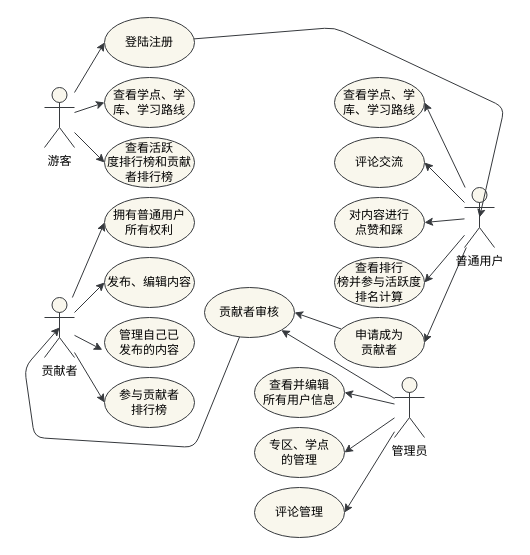
Above: page "第 2 页" (2 of 12) of a.dio in z-juln/it-community (draw.io), before the change. Source tidied: cells renumbered, new cells numbered last; positions are measured from the earlier drawing's top-left corner, leaving out a move shared by most shapes. Both pictures are drawn from the tidied source at 100%, with x=0, y=0 at pixel (24, 17).
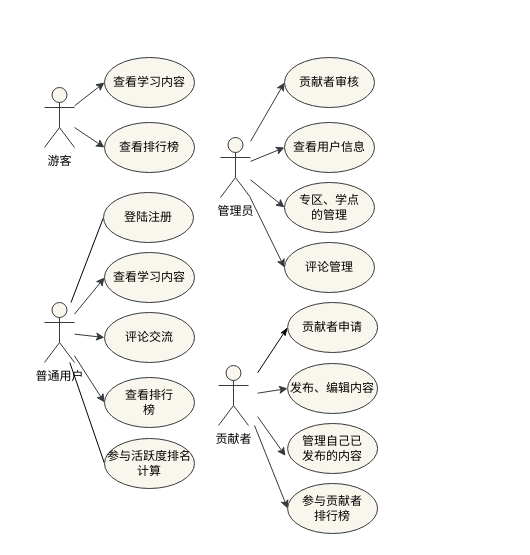
Above is the later version.

Unchanged cells that the change refers to:
```xml
<mxCell id="5" value="游客" style="shape=umlActor;verticalLabelPosition=bottom;verticalAlign=top;html=1;outlineConnect=0;fillColor=#f9f7ed;strokeColor=#36393d;fontColor=#000000;" parent="1" vertex="1">
  <mxGeometry x="20" y="70" width="30" height="60" as="geometry" />
</mxCell>
```

What changed in the source:
```diff
@@
-    <mxCell id="4" style="edgeStyle=none;html=1;entryX=0;entryY=0.5;entryDx=0;entryDy=0;fontColor=#000000;fillColor=#f9f7ed;strokeColor=#36393d;" parent="1" edge="1" source="5" target="34">
-      <mxGeometry relative="1" as="geometry" />
-    </mxCell>
@@
-    <mxCell id="6" style="edgeStyle=none;html=1;entryX=1;entryY=0.5;entryDx=0;entryDy=0;fontColor=#000000;fillColor=#f9f7ed;strokeColor=#36393d;" parent="1" edge="1" source="11" target="25">
+    <mxCell id="6" style="edgeStyle=none;html=1;entryX=0;entryY=0.5;entryDx=0;entryDy=0;fontColor=#000000;fillColor=#f9f7ed;strokeColor=#36393d;" parent="1" edge="1" source="11" target="25">
       <mxGeometry relative="1" as="geometry" />
     </mxCell>
-    <mxCell id="7" style="edgeStyle=none;html=1;entryX=1;entryY=0.5;entryDx=0;entryDy=0;fontColor=#000000;fillColor=#f9f7ed;strokeColor=#36393d;" parent="1" edge="1" source="11" target="26">
+    <mxCell id="7" style="edgeStyle=none;html=1;entryX=0;entryY=0.5;entryDx=0;entryDy=0;fontColor=#000000;fillColor=#f9f7ed;strokeColor=#36393d;" parent="1" edge="1" source="11" target="26">
       <mxGeometry relative="1" as="geometry" />
     </mxCell>
-    <mxCell id="8" style="edgeStyle=none;html=1;entryX=1;entryY=0.5;entryDx=0;entryDy=0;fontColor=#000000;fillColor=#f9f7ed;strokeColor=#36393d;" parent="1" edge="1" source="11" target="27">
-      <mxGeometry relative="1" as="geometry" />
-    </mxCell>
-    <mxCell id="9" style="edgeStyle=none;html=1;entryX=1;entryY=0.5;entryDx=0;entryDy=0;fontColor=#000000;fillColor=#f9f7ed;strokeColor=#36393d;" parent="1" edge="1" source="11" target="24">
+    <mxCell id="9" style="edgeStyle=none;html=1;entryX=0;entryY=0.5;entryDx=0;entryDy=0;fontColor=#000000;fillColor=#f9f7ed;strokeColor=#36393d;" parent="1" edge="1" source="11" target="24">
       <mxGeometry relative="1" as="geometry" />
     </mxCell>
-    <mxCell id="10" style="edgeStyle=none;html=1;entryX=1;entryY=0.5;entryDx=0;entryDy=0;fontColor=#000000;fillColor=#f9f7ed;strokeColor=#36393d;" parent="1" edge="1" source="11" target="29">
-      <mxGeometry relative="1" as="geometry" />
-    </mxCell>
+    <mxCell id="41" style="edgeStyle=none;rounded=0;html=1;entryX=0;entryY=0.5;entryDx=0;entryDy=0;labelBackgroundColor=#FFFFFF;fontFamily=Helvetica;fontSize=12;fontColor=#000000;endArrow=none;endFill=0;strokeColor=#000000;strokeWidth=1;" parent="1" edge="1" source="11" target="34">
+      <mxGeometry relative="1" as="geometry" />
+    </mxCell>
+    <mxCell id="42" style="edgeStyle=none;rounded=0;html=1;entryX=0;entryY=0.5;entryDx=0;entryDy=0;labelBackgroundColor=#FFFFFF;fontFamily=Helvetica;fontSize=12;fontColor=#000000;endArrow=none;endFill=0;strokeColor=#000000;strokeWidth=1;" parent="1" edge="1" source="11" target="44">
+      <mxGeometry relative="1" as="geometry" />
+    </mxCell>
     <mxCell id="11" value="普通用户" style="shape=umlActor;verticalLabelPosition=bottom;verticalAlign=top;html=1;outlineConnect=0;fillColor=#f9f7ed;strokeColor=#36393d;fontColor=#000000;" parent="1" vertex="1">
-      <mxGeometry x="440" y="170" width="30" height="60" as="geometry" />
+      <mxGeometry x="20" y="285" width="30" height="60" as="geometry" />
     </mxCell>
-    <mxCell id="12" style="edgeStyle=none;html=1;entryX=0;entryY=0.5;entryDx=0;entryDy=0;fontColor=#000000;fillColor=#f9f7ed;strokeColor=#36393d;" parent="1" edge="1" source="16" target="32">
-      <mxGeometry relative="1" as="geometry" />
+    <mxCell id="12" style="edgeStyle=none;html=1;entryX=0;entryY=0.5;entryDx=0;entryDy=0;fontColor=#000000;fillColor=#f9f7ed;strokeColor=#36393d;" parent="1" edge="1" target="32">
+      <mxGeometry relative="1" as="geometry">
+        <mxPoint x="233.1" y="375.7" as="sourcePoint" />
+      </mxGeometry>
     </mxCell>
-    <mxCell id="13" style="edgeStyle=none;html=1;entryX=0;entryY=0.5;entryDx=0;entryDy=0;fontColor=#000000;fillColor=#f9f7ed;strokeColor=#36393d;" parent="1" edge="1" source="16" target="35">
-      <mxGeometry relative="1" as="geometry" />
-    </mxCell>
-    <mxCell id="14" style="edgeStyle=none;html=1;entryX=-0.024;entryY=0.647;entryDx=0;entryDy=0;entryPerimeter=0;fontColor=#000000;fillColor=#f9f7ed;strokeColor=#36393d;" parent="1" edge="1" source="16" target="36">
-      <mxGeometry relative="1" as="geometry" />
+    <mxCell id="14" style="edgeStyle=none;html=1;entryX=-0.024;entryY=0.647;entryDx=0;entryDy=0;entryPerimeter=0;fontColor=#000000;fillColor=#f9f7ed;strokeColor=#36393d;" parent="1" edge="1" target="36">
+      <mxGeometry relative="1" as="geometry">
+        <mxPoint x="233.1" y="399.1" as="sourcePoint" />
+      </mxGeometry>
     </mxCell>
-    <mxCell id="15" style="edgeStyle=none;html=1;entryX=0;entryY=0.5;entryDx=0;entryDy=0;fontColor=#000000;fillColor=#f9f7ed;strokeColor=#36393d;" parent="1" edge="1" source="16" target="37">
-      <mxGeometry relative="1" as="geometry" />
+    <mxCell id="15" style="edgeStyle=none;html=1;entryX=0;entryY=0.5;entryDx=0;entryDy=0;fontColor=#000000;fillColor=#f9f7ed;strokeColor=#36393d;" parent="1" edge="1" target="37">
+      <mxGeometry relative="1" as="geometry">
+        <mxPoint x="230" y="408" as="sourcePoint" />
+      </mxGeometry>
     </mxCell>
+    <mxCell id="43" style="edgeStyle=none;rounded=0;html=1;entryX=0;entryY=0.5;entryDx=0;entryDy=0;labelBackgroundColor=#FFFFFF;fontFamily=Helvetica;fontSize=12;fontColor=#000000;endArrow=classicThin;endFill=1;strokeColor=#000000;strokeWidth=1;" parent="1" edge="1" target="45">
+      <mxGeometry relative="1" as="geometry">
+        <mxPoint x="233.1" y="355.3" as="sourcePoint" />
+      </mxGeometry>
+    </mxCell>
     <mxCell id="16" value="贡献者" style="shape=umlActor;verticalLabelPosition=bottom;verticalAlign=top;html=1;outlineConnect=0;fillColor=#f9f7ed;strokeColor=#36393d;fontColor=#000000;" parent="1" vertex="1">
-      <mxGeometry x="20" y="280" width="30" height="60" as="geometry" />
+      <mxGeometry x="194" y="348" width="30" height="60" as="geometry" />
     </mxCell>
-    <mxCell id="17" style="edgeStyle=none;html=1;entryX=1;entryY=1;entryDx=0;entryDy=0;fontColor=#000000;fillColor=#f9f7ed;strokeColor=#36393d;" parent="1" edge="1" source="21" target="31">
+    <mxCell id="17" style="edgeStyle=none;html=1;entryX=0;entryY=0.5;entryDx=0;entryDy=0;fontColor=#000000;fillColor=#f9f7ed;strokeColor=#36393d;" parent="1" edge="1" source="21" target="31">
       <mxGeometry relative="1" as="geometry" />
     </mxCell>
-    <mxCell id="18" style="edgeStyle=none;html=1;entryX=1;entryY=0.5;entryDx=0;entryDy=0;fontColor=#000000;fillColor=#f9f7ed;strokeColor=#36393d;" parent="1" edge="1" source="21" target="38">
+    <mxCell id="18" style="edgeStyle=none;html=1;entryX=0;entryY=0.5;entryDx=0;entryDy=0;fontColor=#000000;fillColor=#f9f7ed;strokeColor=#36393d;" parent="1" edge="1" source="21" target="38">
       <mxGeometry relative="1" as="geometry" />
     </mxCell>
-    <mxCell id="19" style="edgeStyle=none;html=1;entryX=1;entryY=0.5;entryDx=0;entryDy=0;fontColor=#000000;fillColor=#f9f7ed;strokeColor=#36393d;" parent="1" edge="1" source="21" target="39">
+    <mxCell id="19" style="edgeStyle=none;html=1;entryX=0;entryY=0.5;entryDx=0;entryDy=0;fontColor=#000000;fillColor=#f9f7ed;strokeColor=#36393d;" parent="1" edge="1" source="21" target="39">
       <mxGeometry relative="1" as="geometry" />
     </mxCell>
-    <mxCell id="20" style="edgeStyle=none;html=1;entryX=1;entryY=0.5;entryDx=0;entryDy=0;fontColor=#000000;fillColor=#f9f7ed;strokeColor=#36393d;" parent="1" edge="1" source="21" target="40">
+    <mxCell id="20" style="edgeStyle=none;html=1;entryX=0;entryY=0.5;entryDx=0;entryDy=0;fontColor=#000000;fillColor=#f9f7ed;strokeColor=#36393d;" parent="1" edge="1" source="21" target="40">
       <mxGeometry relative="1" as="geometry" />
     </mxCell>
-    <mxCell id="21" value="管理员" style="shape=umlActor;verticalLabelPosition=bottom;verticalAlign=top;html=1;outlineConnect=0;fillColor=#f9f7ed;strokeColor=#36393d;" parent="1" vertex="1">
-      <mxGeometry x="370" y="360" width="30" height="60" as="geometry" />
+    <mxCell id="21" value="管理员" style="shape=umlActor;verticalLabelPosition=bottom;verticalAlign=top;html=1;outlineConnect=0;fillColor=#f9f7ed;strokeColor=#36393d;fontColor=#000000;" parent="1" vertex="1">
+      <mxGeometry x="196" y="120" width="30" height="60" as="geometry" />
     </mxCell>
-    <mxCell id="22" value="查看学点、学&lt;br&gt;库、学习路线" style="ellipse;whiteSpace=wrap;html=1;fillColor=#f9f7ed;strokeColor=#36393d;fontColor=#000000;" parent="1" vertex="1">
-      <mxGeometry x="80" y="60" width="90" height="50" as="geometry" />
+    <mxCell id="22" value="查看学习内容" style="ellipse;whiteSpace=wrap;html=1;fillColor=#f9f7ed;strokeColor=#36393d;fontColor=#000000;" parent="1" vertex="1">
+      <mxGeometry x="80" y="40" width="90" height="50" as="geometry" />
     </mxCell>
-    <mxCell id="23" value="查看活跃&lt;br&gt;度排行榜和贡献者排行榜" style="ellipse;whiteSpace=wrap;html=1;fillColor=#f9f7ed;strokeColor=#36393d;fontColor=#000000;" parent="1" vertex="1">
-      <mxGeometry x="80" y="120" width="90" height="50" as="geometry" />
+    <mxCell id="23" value="查看排行榜" style="ellipse;whiteSpace=wrap;html=1;fillColor=#f9f7ed;strokeColor=#36393d;fontColor=#000000;" parent="1" vertex="1">
+      <mxGeometry x="80" y="105" width="90" height="50" as="geometry" />
     </mxCell>
-    <mxCell id="24" value="查看学点、学&lt;br&gt;库、学习路线" style="ellipse;whiteSpace=wrap;html=1;fillColor=#f9f7ed;strokeColor=#36393d;fontColor=#000000;" parent="1" vertex="1">
-      <mxGeometry x="310" y="60" width="90" height="50" as="geometry" />
+    <mxCell id="24" value="查看学习内容" style="ellipse;whiteSpace=wrap;html=1;fillColor=#f9f7ed;strokeColor=#36393d;fontColor=#000000;" parent="1" vertex="1">
+      <mxGeometry x="80" y="235" width="90" height="50" as="geometry" />
     </mxCell>
-    <mxCell id="25" value="查看排行&lt;br&gt;榜并参与活跃度排名计算" style="ellipse;whiteSpace=wrap;html=1;fillColor=#f9f7ed;strokeColor=#36393d;fontColor=#000000;" parent="1" vertex="1">
-      <mxGeometry x="310" y="240" width="90" height="50" as="geometry" />
+    <mxCell id="25" value="查看排行&lt;br&gt;榜" style="ellipse;whiteSpace=wrap;html=1;fillColor=#f9f7ed;strokeColor=#36393d;fontColor=#000000;" parent="1" vertex="1">
+      <mxGeometry x="80" y="360" width="90" height="50" as="geometry" />
     </mxCell>
     <mxCell id="26" value="评论交流" style="ellipse;whiteSpace=wrap;html=1;fillColor=#f9f7ed;strokeColor=#36393d;fontColor=#000000;" parent="1" vertex="1">
-      <mxGeometry x="310" y="120" width="90" height="50" as="geometry" />
+      <mxGeometry x="80" y="295" width="90" height="50" as="geometry" />
     </mxCell>
-    <mxCell id="27" value="对内容进行&lt;br&gt;点赞和踩" style="ellipse;whiteSpace=wrap;html=1;fillColor=#f9f7ed;strokeColor=#36393d;fontColor=#000000;" parent="1" vertex="1">
-      <mxGeometry x="310" y="180" width="90" height="50" as="geometry" />
-    </mxCell>
-    <mxCell id="28" style="edgeStyle=none;html=1;entryX=1;entryY=0.5;entryDx=0;entryDy=0;fontColor=#000000;fillColor=#f9f7ed;strokeColor=#36393d;" parent="1" edge="1" source="29" target="31">
-      <mxGeometry relative="1" as="geometry" />
-    </mxCell>
-    <mxCell id="29" value="申请成为&lt;br&gt;贡献者" style="ellipse;whiteSpace=wrap;html=1;fillColor=#f9f7ed;strokeColor=#36393d;fontColor=#000000;" parent="1" vertex="1">
-      <mxGeometry x="310" y="300" width="90" height="50" as="geometry" />
-    </mxCell>
-    <mxCell id="30" style="edgeStyle=none;html=1;entryX=0.5;entryY=0.5;entryDx=0;entryDy=0;entryPerimeter=0;fontColor=#000000;fillColor=#f9f7ed;strokeColor=#36393d;" parent="1" edge="1" source="31" target="16">
-      <mxGeometry relative="1" as="geometry">
-        <Array as="points">
-          <mxPoint x="170" y="430" />
-          <mxPoint x="10" y="420" />
-          <mxPoint y="350" />
-        </Array>
-      </mxGeometry>
-    </mxCell>
     <mxCell id="31" value="贡献者审核" style="ellipse;whiteSpace=wrap;html=1;fillColor=#f9f7ed;strokeColor=#36393d;fontColor=#000000;" parent="1" vertex="1">
-      <mxGeometry x="180" y="270" width="90" height="50" as="geometry" />
+      <mxGeometry x="260" y="40" width="90" height="50" as="geometry" />
     </mxCell>
     <mxCell id="32" value="发布、编辑内容" style="ellipse;whiteSpace=wrap;html=1;fillColor=#f9f7ed;strokeColor=#36393d;fontColor=#000000;" parent="1" vertex="1">
-      <mxGeometry x="80" y="240" width="90" height="50" as="geometry" />
+      <mxGeometry x="263.1" y="346" width="90" height="50" as="geometry" />
     </mxCell>
-    <mxCell id="33" style="edgeStyle=none;html=1;entryX=0.5;entryY=0.5;entryDx=0;entryDy=0;entryPerimeter=0;fontColor=#000000;fillColor=#f9f7ed;strokeColor=#36393d;" parent="1" edge="1" source="34" target="11">
-      <mxGeometry relative="1" as="geometry">
-        <Array as="points">
-          <mxPoint x="310" y="10" />
-          <mxPoint x="480" y="90" />
-        </Array>
-      </mxGeometry>
-    </mxCell>
-    <mxCell id="34" value="登陆注册" style="ellipse;whiteSpace=wrap;html=1;fillColor=#f9f7ed;strokeColor=#36393d;fontColor=#000000;" parent="1" vertex="1">
-      <mxGeometry x="80" width="90" height="50" as="geometry" />
-    </mxCell>
-    <mxCell id="35" value="拥有普通用户&lt;br&gt;所有权利" style="ellipse;whiteSpace=wrap;html=1;fillColor=#f9f7ed;strokeColor=#36393d;fontColor=#000000;" parent="1" vertex="1">
-      <mxGeometry x="80" y="180" width="90" height="50" as="geometry" />
-    </mxCell>
     <mxCell id="36" value="管理自己已&lt;br&gt;发布的内容" style="ellipse;whiteSpace=wrap;html=1;fillColor=#f9f7ed;strokeColor=#36393d;fontColor=#000000;" parent="1" vertex="1">
-      <mxGeometry x="80" y="300" width="90" height="50" as="geometry" />
+      <mxGeometry x="263.1" y="406" width="90" height="50" as="geometry" />
     </mxCell>
     <mxCell id="37" value="参与贡献者&lt;br&gt;排行榜" style="ellipse;whiteSpace=wrap;html=1;fillColor=#f9f7ed;strokeColor=#36393d;fontColor=#000000;" parent="1" vertex="1">
-      <mxGeometry x="80" y="360" width="90" height="50" as="geometry" />
+      <mxGeometry x="263.1" y="466" width="90" height="50" as="geometry" />
     </mxCell>
-    <mxCell id="38" value="查看并编辑&lt;br&gt;所有用户信息" style="ellipse;whiteSpace=wrap;html=1;fillColor=#f9f7ed;strokeColor=#36393d;fontColor=#000000;" parent="1" vertex="1">
-      <mxGeometry x="230" y="350" width="90" height="50" as="geometry" />
+    <mxCell id="38" value="查看用户信息" style="ellipse;whiteSpace=wrap;html=1;fillColor=#f9f7ed;strokeColor=#36393d;fontColor=#000000;" parent="1" vertex="1">
+      <mxGeometry x="260" y="105" width="90" height="50" as="geometry" />
     </mxCell>
     <mxCell id="39" value="专区、学点&lt;br&gt;的管理" style="ellipse;whiteSpace=wrap;html=1;fillColor=#f9f7ed;strokeColor=#36393d;fontColor=#000000;" parent="1" vertex="1">
-      <mxGeometry x="230" y="410" width="90" height="50" as="geometry" />
+      <mxGeometry x="260" y="165" width="90" height="50" as="geometry" />
     </mxCell>
     <mxCell id="40" value="评论管理" style="ellipse;whiteSpace=wrap;html=1;fillColor=#f9f7ed;strokeColor=#36393d;fontColor=#000000;" parent="1" vertex="1">
-      <mxGeometry x="230" y="470" width="90" height="50" as="geometry" />
+      <mxGeometry x="260" y="225" width="90" height="50" as="geometry" />
     </mxCell>
+    <mxCell id="34" value="登陆注册" style="ellipse;whiteSpace=wrap;html=1;fillColor=#f9f7ed;strokeColor=#36393d;fontColor=#000000;" parent="1" vertex="1">
+      <mxGeometry x="79" y="175" width="90" height="50" as="geometry" />
+    </mxCell>
+    <mxCell id="44" value="参与活跃度排名计算" style="ellipse;whiteSpace=wrap;html=1;fillColor=#f9f7ed;strokeColor=#36393d;fontColor=#000000;" parent="1" vertex="1">
+      <mxGeometry x="80" y="421" width="90" height="50" as="geometry" />
+    </mxCell>
+    <mxCell id="45" value="贡献者申请" style="ellipse;whiteSpace=wrap;html=1;fillColor=#f9f7ed;strokeColor=#36393d;fontColor=#000000;" parent="1" vertex="1">
+      <mxGeometry x="263.1" y="285" width="90" height="50" as="geometry" />
+    </mxCell>
```
